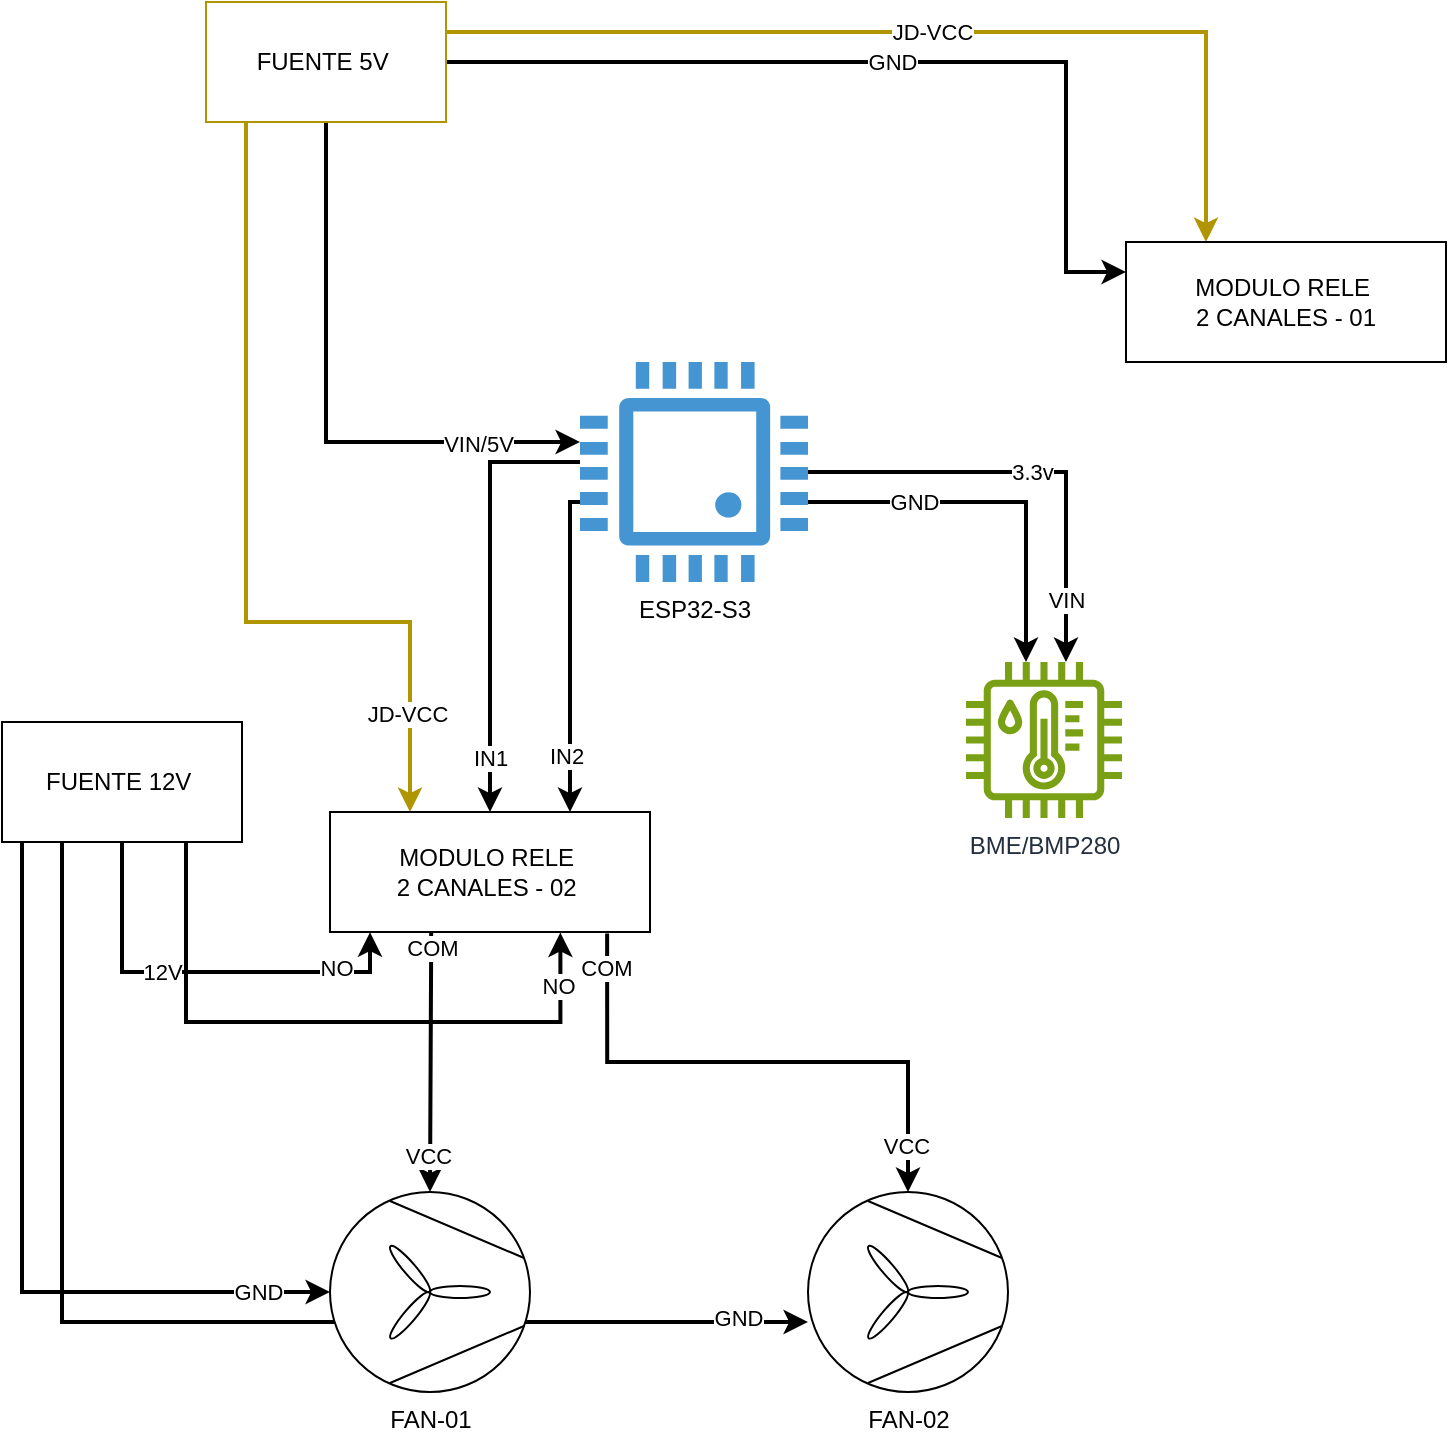
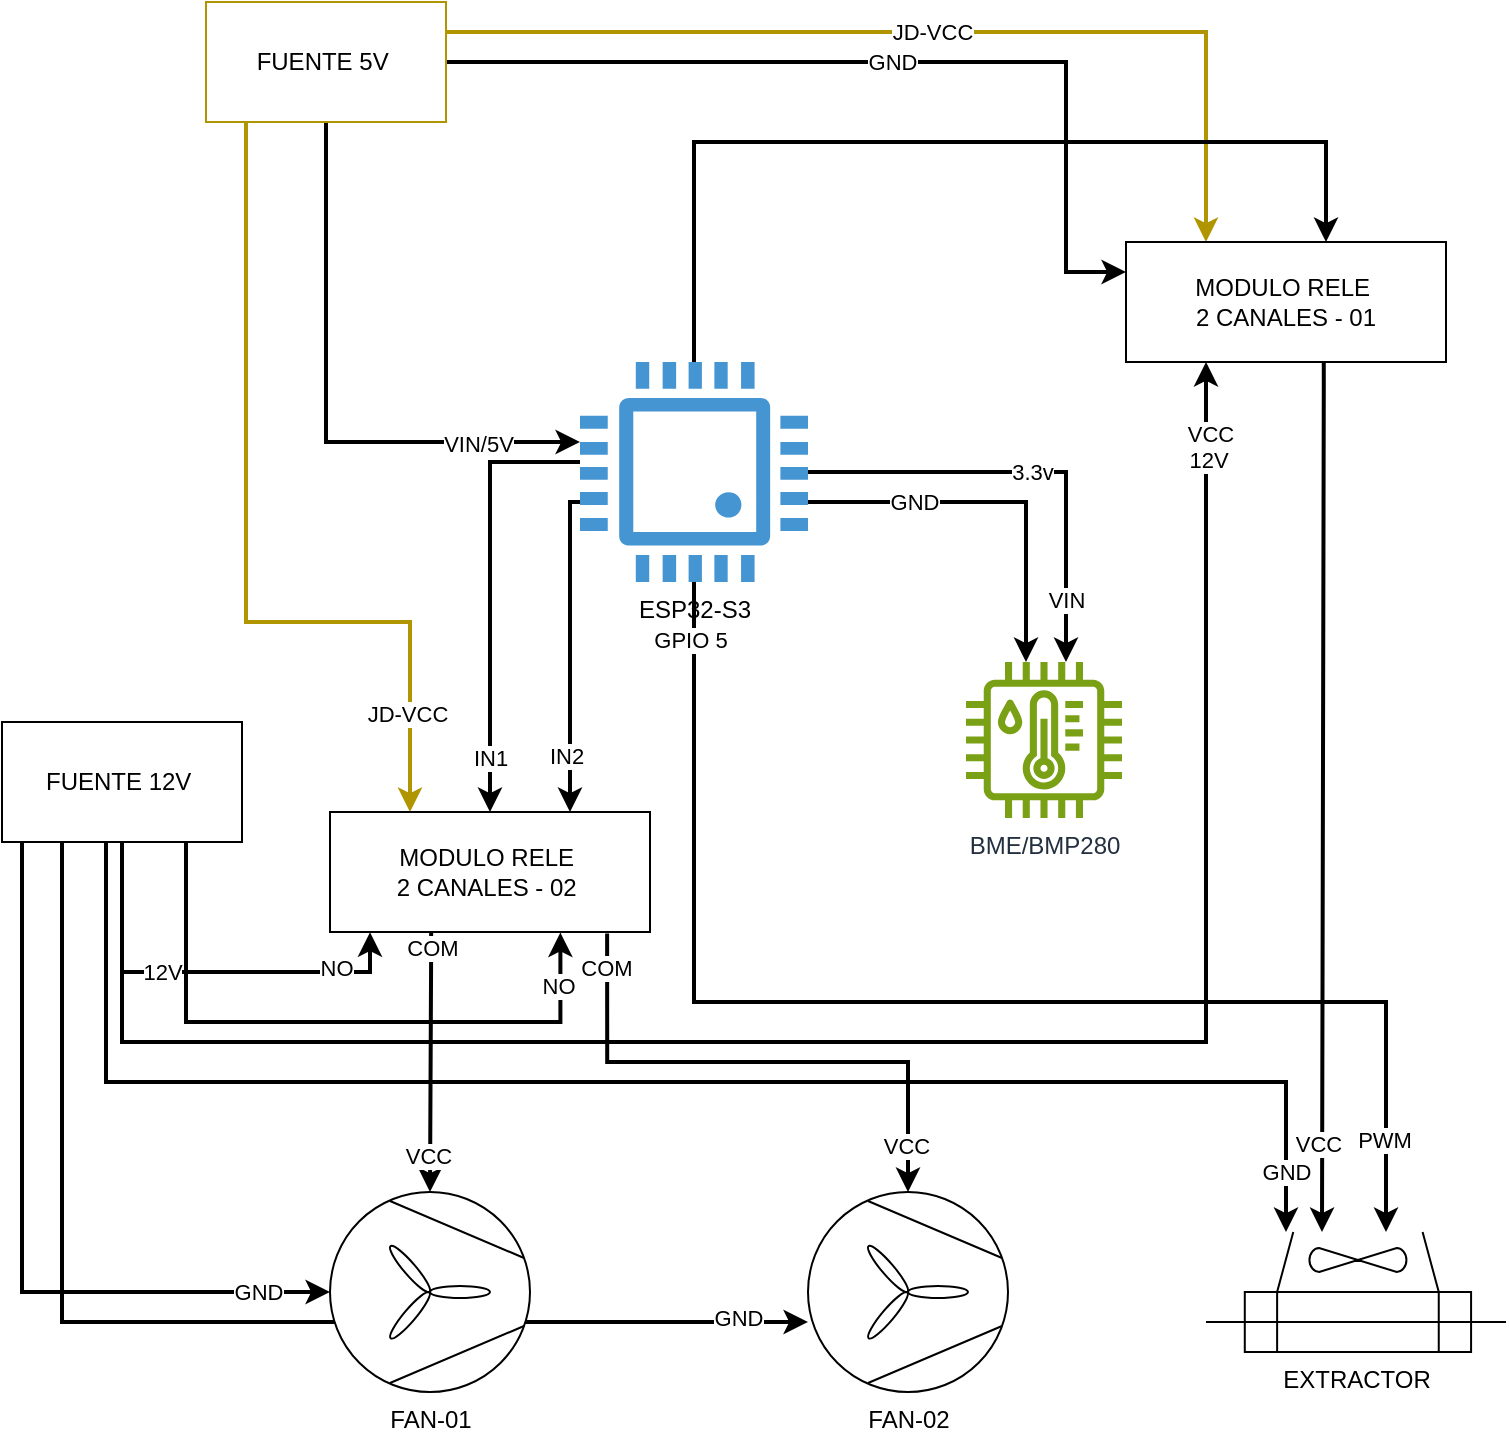
<mxfile host="app.diagrams.net">
  <diagram name="Página-1" id="koUn4hIdyBtjUtpu3TXn">
-     <mxGraphModel dx="2200" dy="752" grid="1" gridSize="10" guides="1" tooltips="1" connect="1" arrows="1" fold="1" page="1" pageScale="1" pageWidth="827" pageHeight="1169" math="0" shadow="0">
+     <mxGraphModel dx="1763" dy="513" grid="1" gridSize="10" guides="1" tooltips="1" connect="1" arrows="1" fold="1" page="1" pageScale="1" pageWidth="827" pageHeight="1169" math="0" shadow="0">
      <root>
        <mxCell id="0" />
        <mxCell id="1" parent="0" />
        <mxCell id="JcPs1KeFLbjiR-1g2Z5X-59" edge="1" parent="1" source="JcPs1KeFLbjiR-1g2Z5X-8" style="edgeStyle=orthogonalEdgeStyle;rounded=0;orthogonalLoop=1;jettySize=auto;html=1;entryX=0.72;entryY=1.005;entryDx=0;entryDy=0;entryPerimeter=0;strokeWidth=2;strokeColor=light-dark(#000000,#FF3333);" target="JcPs1KeFLbjiR-1g2Z5X-26">
          <mxGeometry relative="1" as="geometry">
            <Array as="points">
              <mxPoint x="70" y="680" />
              <mxPoint x="257" y="680" />
            </Array>
          </mxGeometry>
        </mxCell>
        <mxCell id="JcPs1KeFLbjiR-1g2Z5X-60" connectable="0" parent="JcPs1KeFLbjiR-1g2Z5X-59" style="edgeLabel;html=1;align=center;verticalAlign=middle;resizable=0;points=[];" value="NO" vertex="1">
          <mxGeometry relative="1" x="0.8369" y="1" as="geometry">
            <mxPoint as="offset" />
          </mxGeometry>
        </mxCell>
        <mxCell id="JcPs1KeFLbjiR-1g2Z5X-53" edge="1" parent="1" source="JcPs1KeFLbjiR-1g2Z5X-8" style="edgeStyle=orthogonalEdgeStyle;rounded=0;orthogonalLoop=1;jettySize=auto;html=1;exitX=0.25;exitY=1;exitDx=0;exitDy=0;strokeWidth=2;" target="JcPs1KeFLbjiR-1g2Z5X-51">
          <mxGeometry relative="1" as="geometry">
            <Array as="points">
              <mxPoint x="8" y="830" />
            </Array>
          </mxGeometry>
        </mxCell>
        <mxCell id="JcPs1KeFLbjiR-1g2Z5X-54" connectable="0" parent="JcPs1KeFLbjiR-1g2Z5X-53" style="edgeLabel;html=1;align=center;verticalAlign=middle;resizable=0;points=[];" value="GND" vertex="1">
          <mxGeometry relative="1" x="0.8845" y="2" as="geometry">
            <mxPoint as="offset" />
          </mxGeometry>
        </mxCell>
        <mxCell id="JcPs1KeFLbjiR-1g2Z5X-6" edge="1" parent="1" source="JcPs1KeFLbjiR-1g2Z5X-1" style="edgeStyle=orthogonalEdgeStyle;rounded=0;orthogonalLoop=1;jettySize=auto;html=1;exitX=1;exitY=0.25;exitDx=0;exitDy=0;entryX=0.25;entryY=0;entryDx=0;entryDy=0;fillColor=#e3c800;strokeColor=light-dark(#B09500,#FFFF33);strokeWidth=2;" target="JcPs1KeFLbjiR-1g2Z5X-2" value="JD-VCC">
          <mxGeometry relative="1" as="geometry" />
        </mxCell>
        <mxCell id="JcPs1KeFLbjiR-1g2Z5X-10" edge="1" parent="1" source="JcPs1KeFLbjiR-1g2Z5X-1" style="edgeStyle=orthogonalEdgeStyle;rounded=0;orthogonalLoop=1;jettySize=auto;html=1;entryX=0;entryY=0.25;entryDx=0;entryDy=0;strokeWidth=2;" target="JcPs1KeFLbjiR-1g2Z5X-2" value="GND">
          <mxGeometry relative="1" as="geometry">
            <Array as="points">
              <mxPoint x="510" y="200" />
              <mxPoint x="510" y="305" />
            </Array>
          </mxGeometry>
        </mxCell>
        <mxCell id="JcPs1KeFLbjiR-1g2Z5X-13" edge="1" parent="1" source="JcPs1KeFLbjiR-1g2Z5X-1" style="edgeStyle=orthogonalEdgeStyle;rounded=0;orthogonalLoop=1;jettySize=auto;html=1;entryX=0;entryY=0.364;entryDx=0;entryDy=0;entryPerimeter=0;exitX=0.5;exitY=1;exitDx=0;exitDy=0;strokeColor=light-dark(#000000,#FF9933);strokeWidth=2;" target="JcPs1KeFLbjiR-1g2Z5X-11" value="">
          <mxGeometry relative="1" x="-0.0012" as="geometry">
            <mxPoint as="offset" />
          </mxGeometry>
        </mxCell>
        <mxCell id="JcPs1KeFLbjiR-1g2Z5X-43" connectable="0" parent="JcPs1KeFLbjiR-1g2Z5X-13" style="edgeLabel;html=1;align=center;verticalAlign=middle;resizable=0;points=[];" value="VIN/5V" vertex="1">
          <mxGeometry relative="1" x="0.6434" y="-1" as="geometry">
            <mxPoint as="offset" />
          </mxGeometry>
        </mxCell>
        <mxCell id="JcPs1KeFLbjiR-1g2Z5X-38" edge="1" parent="1" source="JcPs1KeFLbjiR-1g2Z5X-1" style="edgeStyle=orthogonalEdgeStyle;rounded=0;orthogonalLoop=1;jettySize=auto;html=1;entryX=0.25;entryY=0;entryDx=0;entryDy=0;strokeColor=light-dark(#B09500,#FFFF33);strokeWidth=2;" target="JcPs1KeFLbjiR-1g2Z5X-26">
          <mxGeometry relative="1" as="geometry">
            <Array as="points">
              <mxPoint x="100" y="480" />
              <mxPoint x="182" y="480" />
            </Array>
          </mxGeometry>
        </mxCell>
        <mxCell id="JcPs1KeFLbjiR-1g2Z5X-41" connectable="0" parent="JcPs1KeFLbjiR-1g2Z5X-38" style="edgeLabel;html=1;align=center;verticalAlign=middle;resizable=0;points=[];" value="JD-VCC&amp;nbsp;" vertex="1">
          <mxGeometry relative="1" x="0.7674" as="geometry">
            <mxPoint as="offset" />
          </mxGeometry>
        </mxCell>
        <mxCell id="JcPs1KeFLbjiR-1g2Z5X-1" parent="1" style="rounded=0;whiteSpace=wrap;html=1;fillColor=none;fontColor=#000000;strokeColor=#B09500;" value="FUENTE 5V&amp;nbsp;" vertex="1">
          <mxGeometry height="60" width="120" x="80" y="170" as="geometry" />
        </mxCell>
+         <mxCell id="-57AGY_NIGQAZNsNdCAg-9" edge="1" parent="1" source="JcPs1KeFLbjiR-1g2Z5X-2" style="edgeStyle=orthogonalEdgeStyle;rounded=0;orthogonalLoop=1;jettySize=auto;html=1;strokeColor=light-dark(#000000,#FF3333);strokeWidth=2;exitX=0.618;exitY=1;exitDx=0;exitDy=0;exitPerimeter=0;" target="-57AGY_NIGQAZNsNdCAg-3">
+           <mxGeometry relative="1" as="geometry">
+             <Array as="points">
+               <mxPoint x="639" y="360" />
+               <mxPoint x="638" y="360" />
+             </Array>
+           </mxGeometry>
+         </mxCell>
+         <mxCell id="-57AGY_NIGQAZNsNdCAg-10" connectable="0" parent="-57AGY_NIGQAZNsNdCAg-9" style="edgeLabel;html=1;align=center;verticalAlign=middle;resizable=0;points=[];" value="VCC" vertex="1">
+           <mxGeometry relative="1" x="0.8878" y="-2" as="geometry">
+             <mxPoint y="-20" as="offset" />
+           </mxGeometry>
+         </mxCell>
        <mxCell id="JcPs1KeFLbjiR-1g2Z5X-2" parent="1" style="rounded=0;whiteSpace=wrap;html=1;" value="MODULO RELE&amp;nbsp;&lt;div&gt;2 CANALES - 01&lt;/div&gt;" vertex="1">
          <mxGeometry height="60" width="160" x="540" y="290" as="geometry" />
        </mxCell>
        <mxCell id="JcPs1KeFLbjiR-1g2Z5X-7" parent="1" style="verticalLabelPosition=bottom;outlineConnect=0;align=center;dashed=0;html=1;verticalAlign=top;shape=mxgraph.pid.misc.fan;" value="FAN-01" vertex="1">
          <mxGeometry height="100" width="100" x="142" y="765" as="geometry" />
        </mxCell>
        <mxCell id="JcPs1KeFLbjiR-1g2Z5X-27" edge="1" parent="1" source="JcPs1KeFLbjiR-1g2Z5X-8" style="edgeStyle=orthogonalEdgeStyle;rounded=0;orthogonalLoop=1;jettySize=auto;html=1;entryX=0.128;entryY=1.001;entryDx=0;entryDy=0;strokeColor=light-dark(#000000,#FF3333);strokeWidth=2;entryPerimeter=0;" target="JcPs1KeFLbjiR-1g2Z5X-26">
          <mxGeometry relative="1" as="geometry">
            <Array as="points">
              <mxPoint x="38" y="655" />
              <mxPoint x="162" y="655" />
              <mxPoint x="162" y="635" />
            </Array>
          </mxGeometry>
        </mxCell>
        <mxCell id="JcPs1KeFLbjiR-1g2Z5X-30" connectable="0" parent="JcPs1KeFLbjiR-1g2Z5X-27" style="edgeLabel;html=1;align=center;verticalAlign=middle;resizable=0;points=[];" value="NO" vertex="1">
          <mxGeometry relative="1" x="0.5968" as="geometry">
            <mxPoint x="5" y="-2" as="offset" />
          </mxGeometry>
        </mxCell>
        <mxCell id="JcPs1KeFLbjiR-1g2Z5X-31" connectable="0" parent="JcPs1KeFLbjiR-1g2Z5X-27" style="edgeLabel;html=1;align=center;verticalAlign=middle;resizable=0;points=[];" value="12V" vertex="1">
          <mxGeometry relative="1" x="-0.1892" as="geometry">
            <mxPoint as="offset" />
          </mxGeometry>
        </mxCell>
+         <mxCell id="-57AGY_NIGQAZNsNdCAg-4" edge="1" parent="1" source="JcPs1KeFLbjiR-1g2Z5X-8" style="edgeStyle=orthogonalEdgeStyle;rounded=0;orthogonalLoop=1;jettySize=auto;html=1;strokeWidth=2;" target="-57AGY_NIGQAZNsNdCAg-3">
+           <mxGeometry relative="1" as="geometry">
+             <Array as="points">
+               <mxPoint x="30" y="710" />
+               <mxPoint x="620" y="710" />
+             </Array>
+           </mxGeometry>
+         </mxCell>
+         <mxCell id="-57AGY_NIGQAZNsNdCAg-5" connectable="0" parent="-57AGY_NIGQAZNsNdCAg-4" style="edgeLabel;html=1;align=center;verticalAlign=middle;resizable=0;points=[];" value="GND" vertex="1">
+           <mxGeometry relative="1" x="0.9221" as="geometry">
+             <mxPoint as="offset" />
+           </mxGeometry>
+         </mxCell>
+         <mxCell id="-57AGY_NIGQAZNsNdCAg-6" edge="1" parent="1" source="JcPs1KeFLbjiR-1g2Z5X-8" style="edgeStyle=orthogonalEdgeStyle;rounded=0;orthogonalLoop=1;jettySize=auto;html=1;strokeColor=light-dark(#000000,#FF3333);strokeWidth=2;entryX=0.25;entryY=1;entryDx=0;entryDy=0;" target="JcPs1KeFLbjiR-1g2Z5X-2">
+           <mxGeometry relative="1" as="geometry">
+             <Array as="points">
+               <mxPoint x="38" y="690" />
+               <mxPoint x="580" y="690" />
+             </Array>
+           </mxGeometry>
+         </mxCell>
+         <mxCell id="-57AGY_NIGQAZNsNdCAg-8" connectable="0" parent="-57AGY_NIGQAZNsNdCAg-6" style="edgeLabel;html=1;align=center;verticalAlign=middle;resizable=0;points=[];" value="VCC" vertex="1">
+           <mxGeometry relative="1" x="0.9273" y="-2" as="geometry">
+             <mxPoint as="offset" />
+           </mxGeometry>
+         </mxCell>
+         <mxCell id="-57AGY_NIGQAZNsNdCAg-11" connectable="0" parent="-57AGY_NIGQAZNsNdCAg-6" style="edgeLabel;html=1;align=center;verticalAlign=middle;resizable=0;points=[];" value="12V" vertex="1">
+           <mxGeometry relative="1" x="0.9012" y="-1" as="geometry">
+             <mxPoint as="offset" />
+           </mxGeometry>
+         </mxCell>
        <mxCell id="JcPs1KeFLbjiR-1g2Z5X-8" parent="1" style="rounded=0;whiteSpace=wrap;html=1;" value="FUENTE 12V&amp;nbsp;" vertex="1">
          <mxGeometry height="60" width="120" x="-22" y="530" as="geometry" />
        </mxCell>
        <mxCell id="JcPs1KeFLbjiR-1g2Z5X-17" edge="1" parent="1" source="JcPs1KeFLbjiR-1g2Z5X-11" style="edgeStyle=orthogonalEdgeStyle;rounded=0;orthogonalLoop=1;jettySize=auto;html=1;strokeColor=light-dark(#000000,#FF9933);startSize=6;strokeWidth=2;" target="JcPs1KeFLbjiR-1g2Z5X-16" value="3.3v">
          <mxGeometry relative="1" as="geometry">
            <Array as="points">
              <mxPoint x="510" y="405" />
            </Array>
          </mxGeometry>
        </mxCell>
        <mxCell id="JcPs1KeFLbjiR-1g2Z5X-18" connectable="0" parent="JcPs1KeFLbjiR-1g2Z5X-17" style="edgeLabel;html=1;align=center;verticalAlign=middle;resizable=0;points=[];" value="VIN" vertex="1">
          <mxGeometry relative="1" x="0.7232" as="geometry">
            <mxPoint as="offset" />
          </mxGeometry>
        </mxCell>
        <mxCell id="JcPs1KeFLbjiR-1g2Z5X-21" edge="1" parent="1" source="JcPs1KeFLbjiR-1g2Z5X-11" style="edgeStyle=orthogonalEdgeStyle;rounded=0;orthogonalLoop=1;jettySize=auto;html=1;strokeWidth=2;" target="JcPs1KeFLbjiR-1g2Z5X-16">
          <mxGeometry relative="1" as="geometry">
            <Array as="points">
              <mxPoint x="490" y="420" />
            </Array>
          </mxGeometry>
        </mxCell>
        <mxCell id="JcPs1KeFLbjiR-1g2Z5X-23" connectable="0" parent="JcPs1KeFLbjiR-1g2Z5X-21" style="edgeLabel;html=1;align=center;verticalAlign=middle;resizable=0;points=[];" value="GND" vertex="1">
          <mxGeometry relative="1" x="-0.4403" as="geometry">
            <mxPoint as="offset" />
          </mxGeometry>
        </mxCell>
        <mxCell id="JcPs1KeFLbjiR-1g2Z5X-44" edge="1" parent="1" source="JcPs1KeFLbjiR-1g2Z5X-11" style="edgeStyle=orthogonalEdgeStyle;rounded=0;orthogonalLoop=1;jettySize=auto;html=1;strokeColor=light-dark(#000000,#00CCCC);strokeWidth=2;entryX=0.5;entryY=0;entryDx=0;entryDy=0;" target="JcPs1KeFLbjiR-1g2Z5X-26">
          <mxGeometry relative="1" as="geometry">
            <Array as="points">
              <mxPoint x="222" y="400" />
            </Array>
            <mxPoint x="257" y="400.0044827586207" as="sourcePoint" />
            <mxPoint x="210" y="559.97" as="targetPoint" />
          </mxGeometry>
        </mxCell>
        <mxCell id="JcPs1KeFLbjiR-1g2Z5X-46" connectable="0" parent="JcPs1KeFLbjiR-1g2Z5X-44" style="edgeLabel;html=1;align=center;verticalAlign=middle;resizable=0;points=[];" value="IN1" vertex="1">
          <mxGeometry relative="1" x="0.7496" as="geometry">
            <mxPoint as="offset" />
          </mxGeometry>
        </mxCell>
        <mxCell id="JcPs1KeFLbjiR-1g2Z5X-48" edge="1" parent="1" source="JcPs1KeFLbjiR-1g2Z5X-11" style="edgeStyle=orthogonalEdgeStyle;rounded=0;orthogonalLoop=1;jettySize=auto;html=1;entryX=0.75;entryY=0;entryDx=0;entryDy=0;strokeColor=light-dark(#000000,#00CCCC);strokeWidth=2;" target="JcPs1KeFLbjiR-1g2Z5X-26">
          <mxGeometry relative="1" as="geometry">
            <Array as="points">
              <mxPoint x="262" y="420" />
            </Array>
          </mxGeometry>
        </mxCell>
        <mxCell id="JcPs1KeFLbjiR-1g2Z5X-49" connectable="0" parent="JcPs1KeFLbjiR-1g2Z5X-48" style="edgeLabel;html=1;align=center;verticalAlign=middle;resizable=0;points=[];" value="IN2" vertex="1">
          <mxGeometry relative="1" x="0.6508" y="-2" as="geometry">
            <mxPoint as="offset" />
+           </mxGeometry>
+         </mxCell>
+         <mxCell id="-57AGY_NIGQAZNsNdCAg-12" edge="1" parent="1" source="JcPs1KeFLbjiR-1g2Z5X-11" style="edgeStyle=orthogonalEdgeStyle;rounded=0;orthogonalLoop=1;jettySize=auto;html=1;strokeColor=light-dark(#000000,#80FF00);strokeWidth=2;" target="-57AGY_NIGQAZNsNdCAg-3">
+           <mxGeometry relative="1" as="geometry">
+             <Array as="points">
+               <mxPoint x="324" y="670" />
+               <mxPoint x="670" y="670" />
+             </Array>
+           </mxGeometry>
+         </mxCell>
+         <mxCell id="-57AGY_NIGQAZNsNdCAg-15" connectable="0" parent="-57AGY_NIGQAZNsNdCAg-12" style="edgeLabel;html=1;align=center;verticalAlign=middle;resizable=0;points=[];" value="PWM" vertex="1">
+           <mxGeometry relative="1" x="0.8651" y="-1" as="geometry">
+             <mxPoint y="-1" as="offset" />
+           </mxGeometry>
+         </mxCell>
+         <mxCell id="-57AGY_NIGQAZNsNdCAg-16" connectable="0" parent="-57AGY_NIGQAZNsNdCAg-12" style="edgeLabel;html=1;align=center;verticalAlign=middle;resizable=0;points=[];" value="GPIO 5" vertex="1">
+           <mxGeometry relative="1" x="-0.9151" y="-1" as="geometry">
+             <mxPoint x="-1" as="offset" />
+           </mxGeometry>
+         </mxCell>
+         <mxCell id="-57AGY_NIGQAZNsNdCAg-17" edge="1" parent="1" source="JcPs1KeFLbjiR-1g2Z5X-11" style="edgeStyle=orthogonalEdgeStyle;rounded=0;orthogonalLoop=1;jettySize=auto;html=1;entryX=0.625;entryY=0;entryDx=0;entryDy=0;entryPerimeter=0;strokeWidth=2;strokeColor=light-dark(#000000,#00CC66);" target="JcPs1KeFLbjiR-1g2Z5X-2">
+           <mxGeometry relative="1" as="geometry">
+             <Array as="points">
+               <mxPoint x="324" y="240" />
+               <mxPoint x="640" y="240" />
+             </Array>
          </mxGeometry>
        </mxCell>
        <mxCell id="JcPs1KeFLbjiR-1g2Z5X-11" parent="1" style="pointerEvents=1;shadow=0;dashed=0;html=1;strokeColor=none;fillColor=#4495D1;labelPosition=center;verticalLabelPosition=bottom;verticalAlign=top;align=center;outlineConnect=0;shape=mxgraph.veeam.cpu;gradientColor=none;" value="ESP32-S3" vertex="1">
          <mxGeometry height="110" width="114" x="267" y="350" as="geometry" />
        </mxCell>
        <mxCell id="JcPs1KeFLbjiR-1g2Z5X-16" parent="1" style="sketch=0;outlineConnect=0;fontColor=#232F3E;gradientColor=none;fillColor=#7AA116;strokeColor=none;dashed=0;verticalLabelPosition=bottom;verticalAlign=top;align=center;html=1;fontSize=12;fontStyle=0;aspect=fixed;pointerEvents=1;shape=mxgraph.aws4.iot_thing_temperature_humidity_sensor;" value="BME/BMP280" vertex="1">
          <mxGeometry height="78" width="78" x="460" y="500" as="geometry" />
        </mxCell>
        <mxCell id="JcPs1KeFLbjiR-1g2Z5X-24" edge="1" parent="1" source="JcPs1KeFLbjiR-1g2Z5X-8" style="edgeStyle=orthogonalEdgeStyle;rounded=0;orthogonalLoop=1;jettySize=auto;html=1;strokeWidth=2;" target="JcPs1KeFLbjiR-1g2Z5X-7">
          <mxGeometry relative="1" as="geometry">
            <Array as="points">
              <mxPoint x="-12" y="815" />
            </Array>
          </mxGeometry>
        </mxCell>
        <mxCell id="JcPs1KeFLbjiR-1g2Z5X-33" connectable="0" parent="JcPs1KeFLbjiR-1g2Z5X-24" style="edgeLabel;html=1;align=center;verticalAlign=middle;resizable=0;points=[];" value="GND" vertex="1">
          <mxGeometry relative="1" x="0.8091" y="1" as="geometry">
            <mxPoint y="1" as="offset" />
          </mxGeometry>
        </mxCell>
        <mxCell id="JcPs1KeFLbjiR-1g2Z5X-29" edge="1" parent="1" source="JcPs1KeFLbjiR-1g2Z5X-26" style="edgeStyle=orthogonalEdgeStyle;rounded=0;orthogonalLoop=1;jettySize=auto;html=1;strokeColor=light-dark(#000000,#FF3333);strokeWidth=2;exitX=0.316;exitY=0.985;exitDx=0;exitDy=0;exitPerimeter=0;" target="JcPs1KeFLbjiR-1g2Z5X-7">
          <mxGeometry relative="1" as="geometry">
            <Array as="points">
              <mxPoint x="193" y="640" />
              <mxPoint x="192" y="640" />
            </Array>
          </mxGeometry>
        </mxCell>
        <mxCell id="JcPs1KeFLbjiR-1g2Z5X-32" connectable="0" parent="JcPs1KeFLbjiR-1g2Z5X-29" style="edgeLabel;html=1;align=center;verticalAlign=middle;resizable=0;points=[];" value="COM" vertex="1">
          <mxGeometry relative="1" x="-0.8187" y="-2" as="geometry">
            <mxPoint x="3" y="-3" as="offset" />
          </mxGeometry>
        </mxCell>
        <mxCell id="JcPs1KeFLbjiR-1g2Z5X-56" connectable="0" parent="JcPs1KeFLbjiR-1g2Z5X-29" style="edgeLabel;html=1;align=center;verticalAlign=middle;resizable=0;points=[];" value="VCC" vertex="1">
          <mxGeometry relative="1" x="0.7155" y="-1" as="geometry">
            <mxPoint as="offset" />
          </mxGeometry>
        </mxCell>
        <mxCell id="JcPs1KeFLbjiR-1g2Z5X-26" parent="1" style="rounded=0;whiteSpace=wrap;html=1;" value="MODULO RELE&amp;nbsp;&lt;div&gt;2 CANALES - 02&amp;nbsp;&lt;/div&gt;" vertex="1">
          <mxGeometry height="60" width="160" x="142" y="575" as="geometry" />
        </mxCell>
        <mxCell id="JcPs1KeFLbjiR-1g2Z5X-51" parent="1" style="verticalLabelPosition=bottom;outlineConnect=0;align=center;dashed=0;html=1;verticalAlign=top;shape=mxgraph.pid.misc.fan;" value="FAN-02" vertex="1">
          <mxGeometry height="100" width="100" x="381" y="765" as="geometry" />
        </mxCell>
        <mxCell id="JcPs1KeFLbjiR-1g2Z5X-55" edge="1" parent="1" source="JcPs1KeFLbjiR-1g2Z5X-26" style="edgeStyle=orthogonalEdgeStyle;rounded=0;orthogonalLoop=1;jettySize=auto;html=1;exitX=0.866;exitY=1.012;exitDx=0;exitDy=0;exitPerimeter=0;strokeColor=light-dark(#000000,#FF3333);strokeWidth=2;" target="JcPs1KeFLbjiR-1g2Z5X-51">
          <mxGeometry relative="1" as="geometry" />
        </mxCell>
        <mxCell id="JcPs1KeFLbjiR-1g2Z5X-57" connectable="0" parent="JcPs1KeFLbjiR-1g2Z5X-55" style="edgeLabel;html=1;align=center;verticalAlign=middle;resizable=0;points=[];" value="VCC" vertex="1">
          <mxGeometry relative="1" x="0.8346" y="-1" as="geometry">
            <mxPoint as="offset" />
          </mxGeometry>
        </mxCell>
        <mxCell id="JcPs1KeFLbjiR-1g2Z5X-58" connectable="0" parent="JcPs1KeFLbjiR-1g2Z5X-55" style="edgeLabel;html=1;align=center;verticalAlign=middle;resizable=0;points=[];" value="COM" vertex="1">
          <mxGeometry relative="1" x="-0.8794" y="-1" as="geometry">
            <mxPoint as="offset" />
          </mxGeometry>
+         </mxCell>
+         <mxCell id="-57AGY_NIGQAZNsNdCAg-3" parent="1" style="verticalLabelPosition=bottom;outlineConnect=0;align=center;dashed=0;html=1;verticalAlign=top;shape=mxgraph.pid.misc.induced_flow_air_cooler;" value="EXTRACTOR" vertex="1">
+           <mxGeometry height="60" width="150" x="580" y="785" as="geometry" />
        </mxCell>
      </root>
    </mxGraphModel>
  </diagram>
</mxfile>
